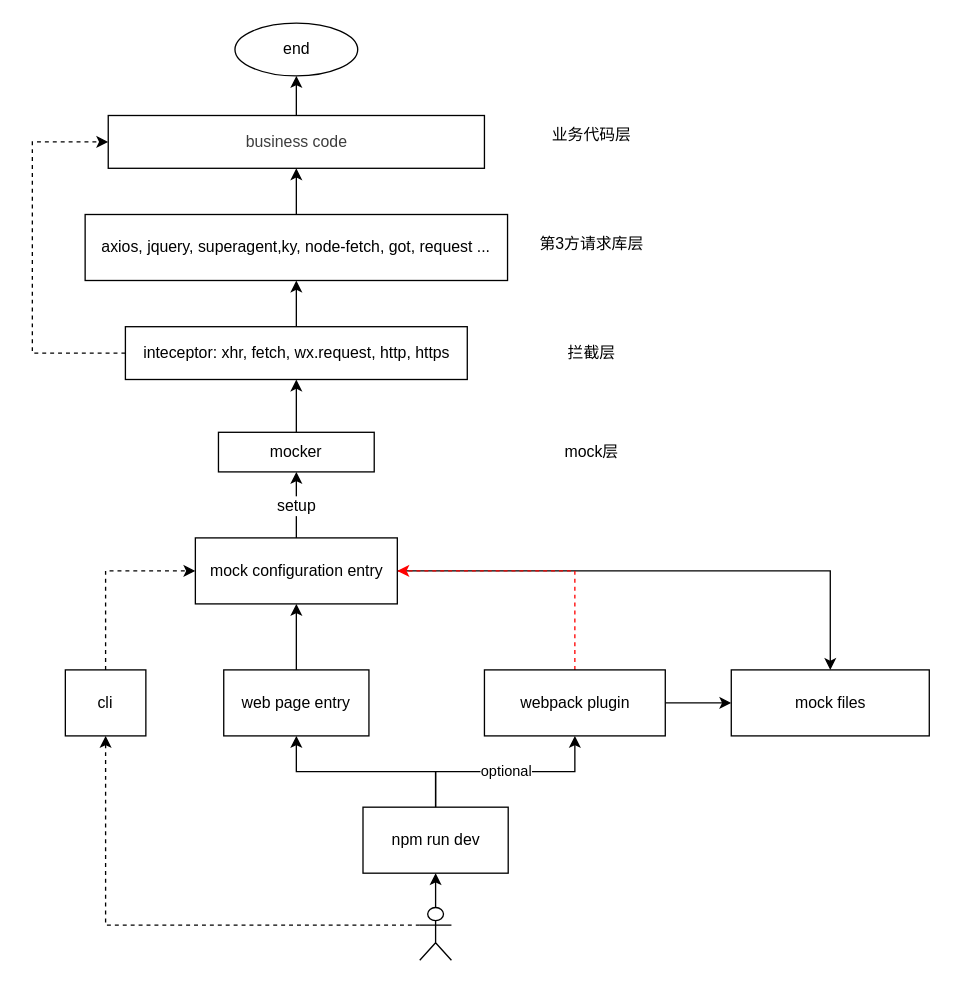
Above: docs/design.drawio in huturen/http-request-mock (draw.io), before the change. Source tidied: cells renumbered, new cells numbered last; positions are measured from the earlier drawing's top-left corner, leaving out a move shared by most shapes. Both pictures are drawn from the tidied source at 132%, with x=0, y=0 at pixel (32, 22).
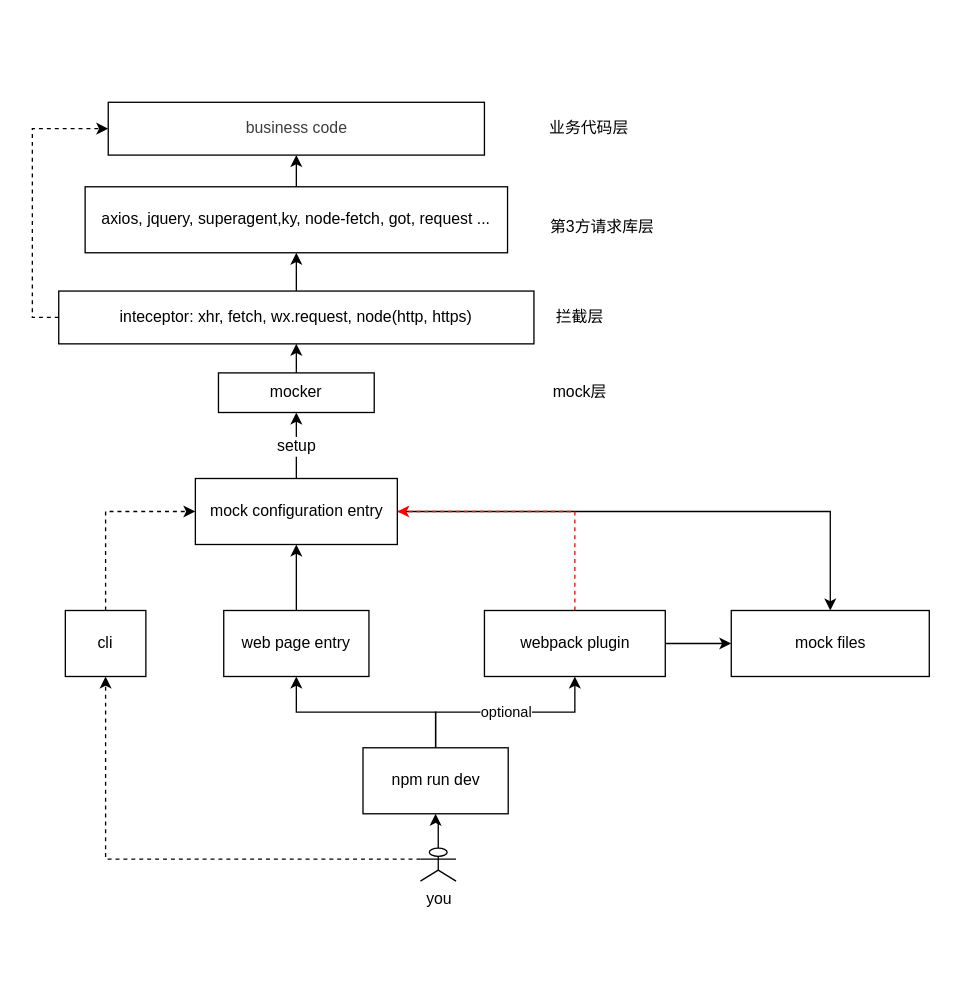
The same diagram, later.

Change to the diagram source:
```diff
@@
-    <mxCell id="3" value="inteceptor: xhr, fetch, wx.request, http, https" style="rounded=0;whiteSpace=wrap;html=1;" parent="1" vertex="1">
-      <mxGeometry x="70.5" y="230" width="259" height="40" as="geometry" />
+    <mxCell id="3" value="inteceptor: xhr, fetch, wx.request, node(http, https)" style="rounded=0;whiteSpace=wrap;html=1;" parent="1" vertex="1">
+      <mxGeometry x="20" y="203" width="360" height="40" as="geometry" />
     </mxCell>
@@
     <mxCell id="5" value="axios, jquery, superagent,ky, node-fetch, got, request ..." style="rounded=0;whiteSpace=wrap;html=1;" parent="1" vertex="1">
-      <mxGeometry x="40" y="145" width="320" height="50" as="geometry" />
+      <mxGeometry x="40" y="124" width="320" height="50" as="geometry" />
     </mxCell>
-    <mxCell id="6" style="edgeStyle=orthogonalEdgeStyle;rounded=0;jettySize=auto;html=1;entryX=0.5;entryY=1;entryDx=0;entryDy=0;strokeColor=#000000;" parent="1" edge="1" source="8" target="30">
-      <mxGeometry relative="1" as="geometry" />
-    </mxCell>
     <mxCell id="7" style="edgeStyle=orthogonalEdgeStyle;rounded=0;jettySize=auto;html=1;strokeColor=#000000;dashed=1;entryX=0;entryY=0.5;entryDx=0;entryDy=0;exitX=0;exitY=0.5;exitDx=0;exitDy=0;" parent="1" edge="1" source="3" target="8">
       <mxGeometry relative="1" as="geometry">
         <Array as="points">
-          <mxPoint y="250" />
-          <mxPoint y="90" />
+          <mxPoint y="223" />
+          <mxPoint y="80" />
         </Array>
       </mxGeometry>
     </mxCell>
     <mxCell id="8" value="&lt;span style=&quot;color: rgb(61 , 61 , 61) ; font-family: &amp;#34;arial&amp;#34; , sans-serif&quot;&gt;business code&lt;/span&gt;" style="rounded=0;whiteSpace=wrap;html=1;" parent="1" vertex="1">
-      <mxGeometry x="57.5" y="70" width="285" height="40" as="geometry" />
+      <mxGeometry x="57.5" y="60" width="285" height="40" as="geometry" />
     </mxCell>
@@
     <mxCell id="10" value="mocker" style="rounded=0;whiteSpace=wrap;html=1;" parent="1" vertex="1">
-      <mxGeometry x="141" y="310" width="118" height="30" as="geometry" />
+      <mxGeometry x="141" y="265" width="118" height="30" as="geometry" />
     </mxCell>
@@
     <mxCell id="14" value="mock configuration entry" style="rounded=0;whiteSpace=wrap;html=1;" parent="1" vertex="1">
-      <mxGeometry x="123.5" y="390" width="153" height="50" as="geometry" />
+      <mxGeometry x="123.5" y="345" width="153" height="50" as="geometry" />
     </mxCell>
     <mxCell id="15" value="mock files" style="rounded=0;whiteSpace=wrap;html=1;" parent="1" vertex="1">
-      <mxGeometry x="529.5" y="490" width="150" height="50" as="geometry" />
+      <mxGeometry x="529.5" y="445" width="150" height="50" as="geometry" />
     </mxCell>
@@
     <mxCell id="18" value="webpack plugin" style="rounded=0;whiteSpace=wrap;html=1;" parent="1" vertex="1">
-      <mxGeometry x="342.5" y="490" width="137" height="50" as="geometry" />
+      <mxGeometry x="342.5" y="445" width="137" height="50" as="geometry" />
     </mxCell>
@@
     <mxCell id="20" value="web page entry" style="rounded=0;whiteSpace=wrap;html=1;" parent="1" vertex="1">
-      <mxGeometry x="145" y="490" width="110" height="50" as="geometry" />
+      <mxGeometry x="145" y="445" width="110" height="50" as="geometry" />
     </mxCell>
@@
     <mxCell id="23" value="npm run dev" style="rounded=0;whiteSpace=wrap;html=1;" parent="1" vertex="1">
-      <mxGeometry x="250.5" y="594" width="110" height="50" as="geometry" />
+      <mxGeometry x="250.5" y="549" width="110" height="50" as="geometry" />
     </mxCell>
@@
-    <mxCell id="25" style="shape=umlActor;verticalLabelPosition=bottom;labelBackgroundColor=#ffffff;verticalAlign=top;html=1;outlineConnect=0;" parent="1" vertex="1">
-      <mxGeometry x="293.5" y="670" width="24" height="40" as="geometry" />
+    <mxCell id="25" value="you" style="shape=umlActor;verticalLabelPosition=bottom;labelBackgroundColor=#ffffff;verticalAlign=top;html=1;outlineConnect=0;" parent="1" vertex="1">
+      <mxGeometry x="294" y="625" width="27" height="25" as="geometry" />
     </mxCell>
     <mxCell id="26" value="业务代码层" style="text;html=1;strokeColor=none;fillColor=none;align=center;verticalAlign=middle;whiteSpace=wrap;rounded=0;" parent="1" vertex="1">
-      <mxGeometry x="352" y="75" width="144" height="20" as="geometry" />
+      <mxGeometry x="350" y="70" width="144" height="20" as="geometry" />
     </mxCell>
     <mxCell id="27" value="第3方请求库层" style="text;html=1;strokeColor=none;fillColor=none;align=center;verticalAlign=middle;whiteSpace=wrap;rounded=0;" parent="1" vertex="1">
-      <mxGeometry x="352" y="157.5" width="144" height="20" as="geometry" />
+      <mxGeometry x="360" y="145" width="144" height="20" as="geometry" />
     </mxCell>
     <mxCell id="28" value="拦截层" style="text;html=1;strokeColor=none;fillColor=none;align=center;verticalAlign=middle;whiteSpace=wrap;rounded=0;" parent="1" vertex="1">
-      <mxGeometry x="352" y="240" width="144" height="20" as="geometry" />
+      <mxGeometry x="342.5" y="213" width="144" height="20" as="geometry" />
     </mxCell>
     <mxCell id="29" value="mock层" style="text;html=1;strokeColor=none;fillColor=none;align=center;verticalAlign=middle;whiteSpace=wrap;rounded=0;" parent="1" vertex="1">
-      <mxGeometry x="352" y="315" width="144" height="20" as="geometry" />
+      <mxGeometry x="342.5" y="270" width="144" height="20" as="geometry" />
     </mxCell>
-    <mxCell id="30" value="end" style="ellipse;whiteSpace=wrap;html=1;" parent="1" vertex="1">
-      <mxGeometry x="153.5" width="93" height="40" as="geometry" />
-    </mxCell>
@@
     <mxCell id="32" value="cli" style="rounded=0;whiteSpace=wrap;html=1;" parent="1" vertex="1">
-      <mxGeometry x="25" y="490" width="61" height="50" as="geometry" />
+      <mxGeometry x="25" y="445" width="61" height="50" as="geometry" />
     </mxCell>
```
